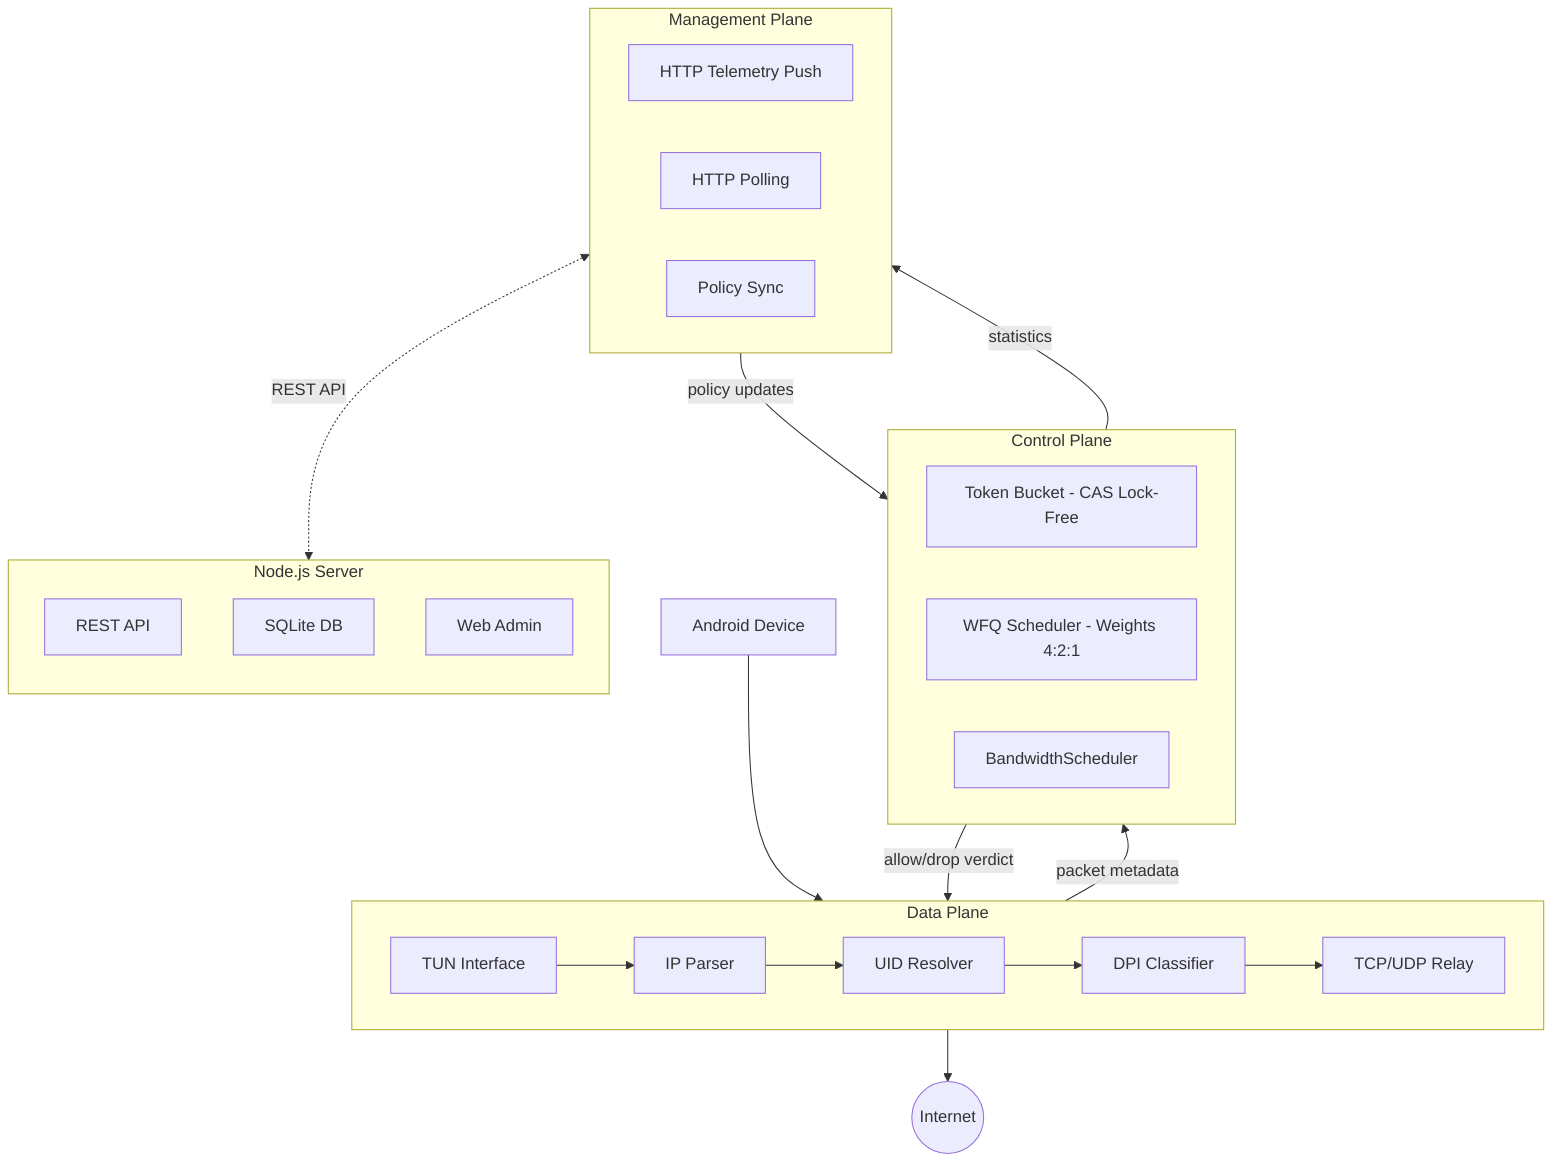
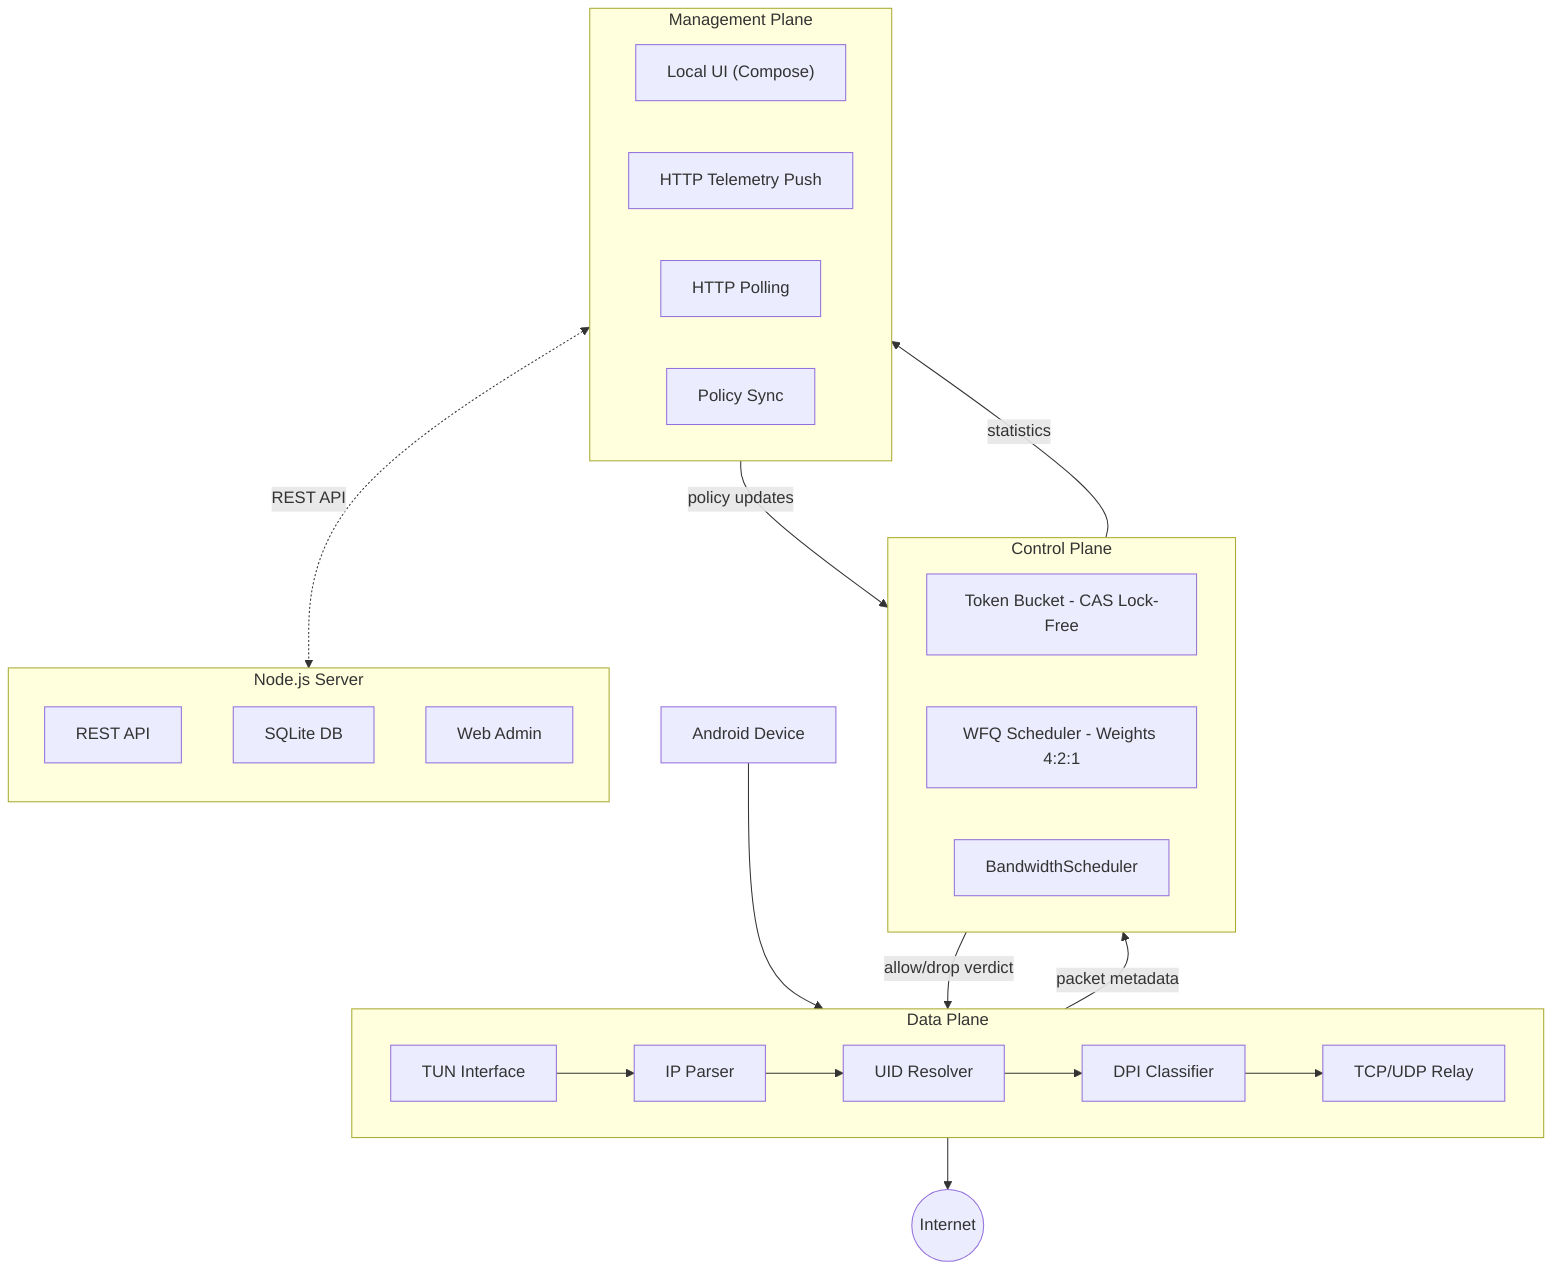
graph TB
    DEV["Android Device"] --> TUN

    subgraph DP["Data Plane"]
        direction LR
        TUN["TUN Interface"] --> PARSE["IP Parser"]
        PARSE --> UIDR["UID Resolver"]
        UIDR --> DPIC["DPI Classifier"]
        DPIC --> RELAY["TCP/UDP Relay"]
    end

    subgraph CP["Control Plane"]
        direction LR
        TBK["Token Bucket - CAS Lock-Free"]
        WFQ["WFQ Scheduler - Weights 4:2:1"]
        BS["BandwidthScheduler"]
    end

    subgraph TP["Management Plane"]
        direction LR
+         LUI["Local UI (Compose)"]
        PUSH["HTTP Telemetry Push"]
        POLL["HTTP Polling"]
        PSYNC["Policy Sync"]
    end

    DP -->|"packet metadata"| CP
    CP -->|"allow/drop verdict"| DP
    CP -->|"statistics"| TP
    TP -->|"policy updates"| CP

    RELAY --> INT(("Internet"))

    TP <-.->|"REST API"| NS

    subgraph NS["Node.js Server"]
        direction TB
        RAPI["REST API"]
        SQDB["SQLite DB"]
        WADM["Web Admin"]
    end
